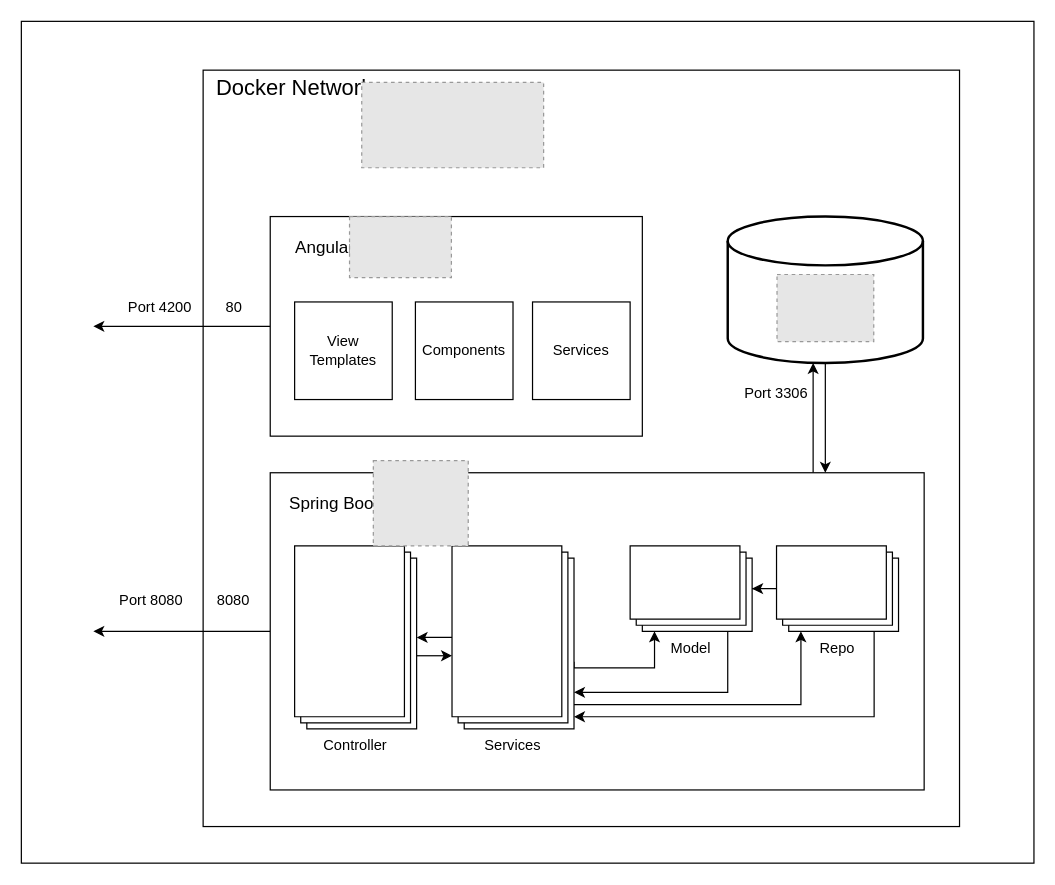
The draw.io diagram docs/resources/src/SystemOverview.drawio in Golo300/Kantinerado, before the edit. Source tidied: cells renumbered, new cells numbered last; positions are measured from the earlier drawing's top-left corner, leaving out a move shared by most shapes. Both pictures are drawn from the tidied source at 122%, with x=0, y=0 at pixel (21, 21). Pictures stored in the file or linked from it are replaced by grey dashed boxes.
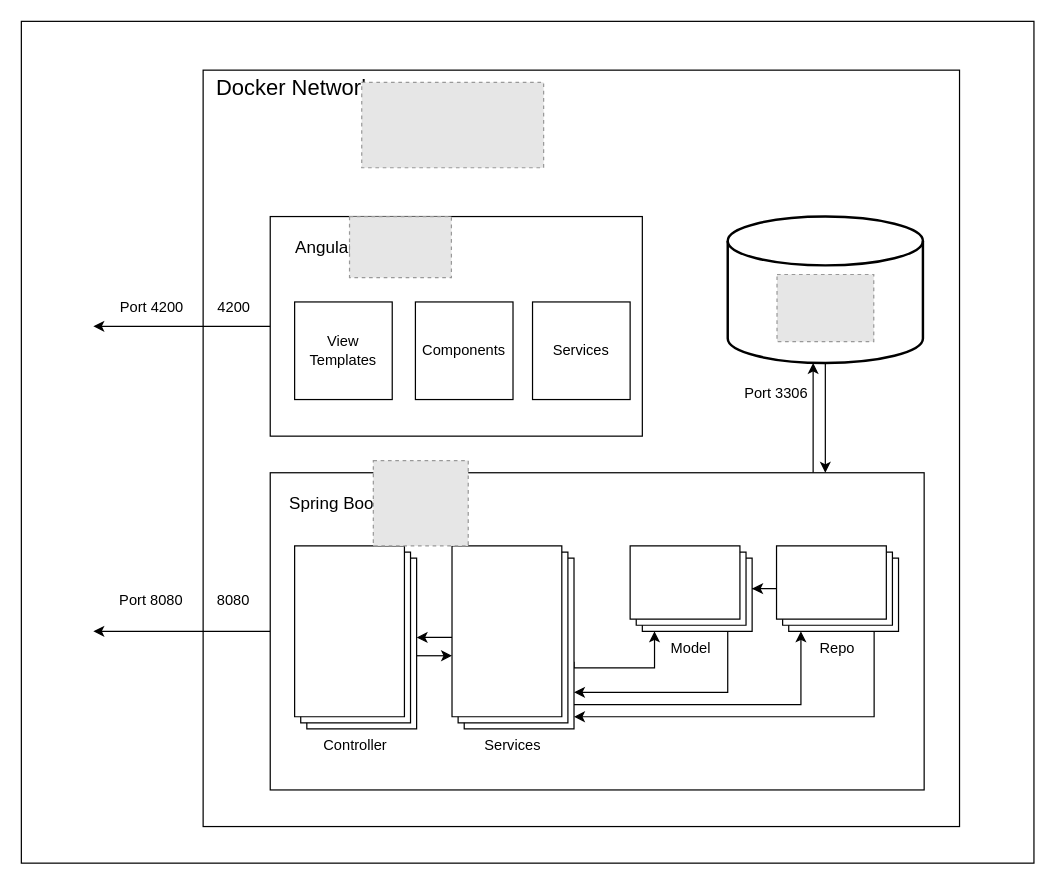
The same diagram, later.

What changed in the source:
```diff
@@
-    <mxCell id="31" value="Port 4200&lt;span style=&quot;white-space: pre;&quot;&gt;&#9;&lt;/span&gt;80" style="text;html=1;strokeColor=none;fillColor=none;align=center;verticalAlign=middle;whiteSpace=wrap;rounded=0;" parent="1" vertex="1">
+    <mxCell id="31" value="Port 4200&lt;span style=&quot;white-space: pre;&quot;&gt;&#9;&lt;/span&gt;4200" style="text;html=1;strokeColor=none;fillColor=none;align=center;verticalAlign=middle;whiteSpace=wrap;rounded=0;" parent="1" vertex="1">
       <mxGeometry x="79" y="220" width="111" height="30" as="geometry" />
     </mxCell>
```
